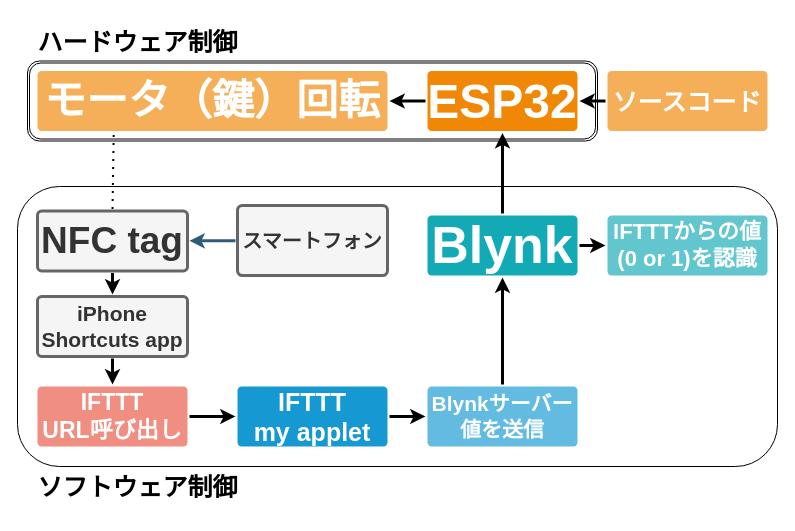
Before: Untitled Diagram.drawio in Koki-Kazaore/Take-It-Easy, a draw.io diagram. Source tidied: cells renumbered, new cells numbered last; positions are measured from the earlier drawing's top-left corner, leaving out a move shared by most shapes. Both pictures are drawn from the tidied source at 100%, with x=0, y=0 at pixel (17, 20).
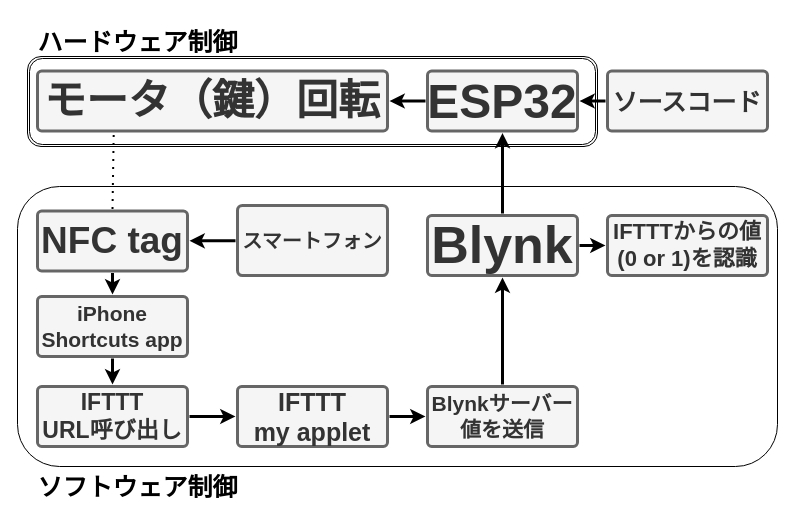
After the change.

Unchanged cells that the change refers to:
```xml
<mxCell id="5" value="&lt;font style=&quot;font-size: 20px;&quot;&gt;&lt;b&gt;スマートフォン&lt;/b&gt;&lt;/font&gt;" style="rounded=1;whiteSpace=wrap;html=1;shadow=0;labelBackgroundColor=none;strokeWidth=3;fontFamily=Helvetica;fontSize=16;align=center;fontStyle=1;spacing=5;arcSize=7;perimeterSpacing=2;fillColor=#f5f5f5;fontColor=#333333;strokeColor=#666666;" parent="1" vertex="1">
  <mxGeometry x="220" y="185" width="150" height="70" as="geometry" />
</mxCell>
<mxCell id="8" value="&lt;font style=&quot;font-size: 37px;&quot;&gt;NFC tag&lt;/font&gt;" style="rounded=1;whiteSpace=wrap;html=1;shadow=0;labelBackgroundColor=none;strokeWidth=3;fontFamily=Helvetica;fontSize=14;align=center;spacing=5;fontStyle=1;arcSize=7;perimeterSpacing=2;fillColor=#f5f5f5;fontColor=#333333;strokeColor=#666666;" parent="1" vertex="1">
  <mxGeometry x="20" y="190.5" width="150" height="60" as="geometry" />
</mxCell>
```

What changed in the source:
```diff
@@
     <mxCell id="2" style="shape=ext;double=1;rounded=1;whiteSpace=wrap;html=1;fontSize=17;" parent="1" vertex="1">
-      <mxGeometry x="10" y="40.5" width="570" height="80" as="geometry" />
+      <mxGeometry x="10" y="36" width="570" height="90" as="geometry" />
     </mxCell>
@@
-    <mxCell id="4" style="edgeStyle=none;rounded=0;jumpStyle=none;html=1;shadow=0;labelBackgroundColor=none;startArrow=none;startFill=0;endArrow=classic;endFill=1;jettySize=auto;strokeColor=#2F5B7C;strokeWidth=3;fontFamily=Helvetica;fontSize=16;fontColor=#23445D;spacing=5;" parent="1" edge="1" source="5" target="8">
+    <mxCell id="4" style="edgeStyle=none;rounded=0;jumpStyle=none;html=1;shadow=0;labelBackgroundColor=none;startArrow=none;startFill=0;endArrow=classic;endFill=1;jettySize=auto;strokeColor=#000000;strokeWidth=3;fontFamily=Helvetica;fontSize=16;fontColor=#23445D;spacing=5;" parent="1" edge="1" source="5" target="8">
       <mxGeometry relative="1" as="geometry" />
     </mxCell>
@@
-    <mxCell id="9" value="&lt;div style=&quot;font-size: 23px;&quot;&gt;&lt;font style=&quot;font-size: 23px;&quot;&gt;&lt;b&gt;IFTTT&lt;/b&gt;&lt;/font&gt;&lt;/div&gt;&lt;div style=&quot;font-size: 23px;&quot;&gt;&lt;font style=&quot;font-size: 23px;&quot;&gt;&lt;b&gt;URL呼び出し&lt;/b&gt;&lt;/font&gt;&lt;/div&gt;" style="rounded=1;whiteSpace=wrap;html=1;shadow=0;labelBackgroundColor=none;strokeColor=none;strokeWidth=3;fillColor=#f08e81;fontFamily=Helvetica;fontSize=14;fontColor=#FFFFFF;align=center;spacing=5;fontStyle=0;arcSize=7;perimeterSpacing=2;" parent="1" vertex="1">
+    <mxCell id="9" value="&lt;div style=&quot;font-size: 23px;&quot;&gt;&lt;font style=&quot;font-size: 23px;&quot;&gt;&lt;b&gt;IFTTT&lt;/b&gt;&lt;/font&gt;&lt;/div&gt;&lt;div style=&quot;font-size: 23px;&quot;&gt;&lt;font style=&quot;font-size: 23px;&quot;&gt;&lt;b&gt;URL呼び出し&lt;/b&gt;&lt;/font&gt;&lt;/div&gt;" style="rounded=1;whiteSpace=wrap;html=1;shadow=0;labelBackgroundColor=none;strokeColor=#666666;strokeWidth=3;fillColor=#f5f5f5;fontFamily=Helvetica;fontSize=14;fontColor=#333333;align=center;spacing=5;fontStyle=0;arcSize=7;perimeterSpacing=2;" parent="1" vertex="1">
       <mxGeometry x="20" y="366" width="150" height="60" as="geometry" />
     </mxCell>
@@
-    <mxCell id="13" value="&lt;font style=&quot;font-size: 25px;&quot;&gt;IFTTT&lt;br&gt;my applet&lt;/font&gt;" style="rounded=1;whiteSpace=wrap;html=1;shadow=0;labelBackgroundColor=none;strokeColor=none;strokeWidth=3;fillColor=#1699d3;fontFamily=Helvetica;fontSize=14;fontColor=#FFFFFF;align=center;spacing=5;fontStyle=1;arcSize=7;perimeterSpacing=2;" parent="1" vertex="1">
+    <mxCell id="13" value="&lt;font style=&quot;font-size: 25px;&quot;&gt;IFTTT&lt;br&gt;my applet&lt;/font&gt;" style="rounded=1;whiteSpace=wrap;html=1;shadow=0;labelBackgroundColor=none;strokeColor=#666666;strokeWidth=3;fillColor=#f5f5f5;fontFamily=Helvetica;fontSize=14;fontColor=#333333;align=center;spacing=5;fontStyle=1;arcSize=7;perimeterSpacing=2;" parent="1" vertex="1">
       <mxGeometry x="220" y="366" width="150" height="60" as="geometry" />
     </mxCell>
-    <mxCell id="14" value="&lt;b style=&quot;font-size: 21px;&quot;&gt;Blynkサーバー&lt;br&gt;値を送信&lt;/b&gt;" style="rounded=1;whiteSpace=wrap;html=1;shadow=0;labelBackgroundColor=none;strokeColor=none;strokeWidth=3;fillColor=#64bbe2;fontFamily=Helvetica;fontSize=14;fontColor=#FFFFFF;align=center;spacing=5;arcSize=7;perimeterSpacing=2;" parent="1" vertex="1">
+    <mxCell id="14" value="&lt;b style=&quot;font-size: 21px;&quot;&gt;Blynkサーバー&lt;br&gt;値を送信&lt;/b&gt;" style="rounded=1;whiteSpace=wrap;html=1;shadow=0;labelBackgroundColor=none;strokeColor=#666666;strokeWidth=3;fillColor=#f5f5f5;fontFamily=Helvetica;fontSize=14;fontColor=#333333;align=center;spacing=5;arcSize=7;perimeterSpacing=2;" parent="1" vertex="1">
       <mxGeometry x="410" y="366" width="150" height="60" as="geometry" />
     </mxCell>
-    <mxCell id="15" value="&lt;font style=&quot;font-size: 48px;&quot;&gt;&lt;b&gt;&lt;font style=&quot;font-size: 48px;&quot;&gt;ESP32&lt;/font&gt;&lt;/b&gt;&lt;/font&gt;" style="rounded=1;whiteSpace=wrap;html=1;shadow=0;labelBackgroundColor=none;strokeColor=none;strokeWidth=3;fillColor=#F08705;fontFamily=Helvetica;fontSize=14;fontColor=#FFFFFF;align=center;spacing=5;fontStyle=1;arcSize=7;perimeterSpacing=2;" parent="1" vertex="1">
+    <mxCell id="15" value="&lt;font style=&quot;font-size: 48px;&quot;&gt;&lt;b&gt;&lt;font style=&quot;font-size: 48px;&quot;&gt;ESP32&lt;/font&gt;&lt;/b&gt;&lt;/font&gt;" style="rounded=1;whiteSpace=wrap;html=1;shadow=0;labelBackgroundColor=none;strokeColor=#666666;strokeWidth=3;fillColor=#f5f5f5;fontFamily=Helvetica;fontSize=14;fontColor=#333333;align=center;spacing=5;fontStyle=1;arcSize=7;perimeterSpacing=2;" parent="1" vertex="1">
       <mxGeometry x="410" y="50.5" width="150" height="60" as="geometry" />
     </mxCell>
-    <mxCell id="16" value="&lt;font style=&quot;font-size: 25px;&quot;&gt;&lt;b&gt;&lt;font style=&quot;font-size: 25px;&quot;&gt;ソースコード&lt;/font&gt;&lt;/b&gt;&lt;/font&gt;" style="rounded=1;whiteSpace=wrap;html=1;shadow=0;labelBackgroundColor=none;strokeColor=none;strokeWidth=3;fillColor=#f5af58;fontFamily=Helvetica;fontSize=14;fontColor=#FFFFFF;align=center;spacing=5;arcSize=7;perimeterSpacing=2;" parent="1" vertex="1">
+    <mxCell id="16" value="&lt;font style=&quot;font-size: 25px;&quot;&gt;&lt;b&gt;&lt;font style=&quot;font-size: 25px;&quot;&gt;ソースコード&lt;/font&gt;&lt;/b&gt;&lt;/font&gt;" style="rounded=1;whiteSpace=wrap;html=1;shadow=0;labelBackgroundColor=none;strokeColor=#666666;strokeWidth=3;fillColor=#f5f5f5;fontFamily=Helvetica;fontSize=14;fontColor=#333333;align=center;spacing=5;arcSize=7;perimeterSpacing=2;" parent="1" vertex="1">
       <mxGeometry x="590" y="50.5" width="160" height="60" as="geometry" />
     </mxCell>
@@
-    <mxCell id="18" value="&lt;font style=&quot;font-size: 42px;&quot;&gt;&lt;b&gt;&lt;font style=&quot;font-size: 42px;&quot;&gt;モータ（鍵）回転&lt;/font&gt;&lt;/b&gt;&lt;/font&gt;" style="rounded=1;whiteSpace=wrap;html=1;shadow=0;labelBackgroundColor=none;strokeColor=none;strokeWidth=3;fillColor=#f5af58;fontFamily=Helvetica;fontSize=14;fontColor=#FFFFFF;align=center;spacing=5;arcSize=7;perimeterSpacing=2;" parent="1" vertex="1">
+    <mxCell id="18" value="&lt;font style=&quot;font-size: 42px;&quot;&gt;&lt;b&gt;&lt;font style=&quot;font-size: 42px;&quot;&gt;モータ（鍵）回転&lt;/font&gt;&lt;/b&gt;&lt;/font&gt;" style="rounded=1;whiteSpace=wrap;html=1;shadow=0;labelBackgroundColor=none;strokeColor=#666666;strokeWidth=3;fillColor=#f5f5f5;fontFamily=Helvetica;fontSize=14;fontColor=#333333;align=center;spacing=5;arcSize=7;perimeterSpacing=2;" parent="1" vertex="1">
       <mxGeometry x="20" y="50.5" width="350" height="60" as="geometry" />
     </mxCell>
@@
-    <mxCell id="20" value="&lt;font style=&quot;font-size: 52px;&quot;&gt;Blynk&lt;/font&gt;" style="rounded=1;whiteSpace=wrap;html=1;shadow=0;labelBackgroundColor=none;strokeColor=none;strokeWidth=3;fillColor=#12aab5;fontFamily=Helvetica;fontSize=14;fontColor=#FFFFFF;align=center;spacing=5;fontStyle=1;arcSize=7;perimeterSpacing=2;" parent="1" vertex="1">
+    <mxCell id="20" value="&lt;font style=&quot;font-size: 52px;&quot;&gt;Blynk&lt;/font&gt;" style="rounded=1;whiteSpace=wrap;html=1;shadow=0;labelBackgroundColor=none;strokeColor=#666666;strokeWidth=3;fillColor=#f5f5f5;fontFamily=Helvetica;fontSize=14;fontColor=#333333;align=center;spacing=5;fontStyle=1;arcSize=7;perimeterSpacing=2;" parent="1" vertex="1">
       <mxGeometry x="410" y="195" width="150" height="60" as="geometry" />
     </mxCell>
@@
-    <mxCell id="22" value="&lt;div style=&quot;font-size: 22px;&quot;&gt;&lt;font style=&quot;font-size: 22px;&quot;&gt;&lt;b&gt;IFTTTからの値&lt;/b&gt;&lt;/font&gt;&lt;/div&gt;&lt;div style=&quot;font-size: 22px;&quot;&gt;&lt;font style=&quot;font-size: 22px;&quot;&gt;&lt;b&gt;(0 or 1)を認識&lt;/b&gt;&lt;/font&gt;&lt;/div&gt;" style="rounded=1;whiteSpace=wrap;html=1;shadow=0;labelBackgroundColor=none;strokeColor=none;strokeWidth=3;fillColor=#61c6ce;fontFamily=Helvetica;fontSize=14;fontColor=#FFFFFF;align=center;spacing=5;fontStyle=0;arcSize=7;perimeterSpacing=2;" parent="1" vertex="1">
+    <mxCell id="22" value="&lt;div style=&quot;font-size: 22px;&quot;&gt;&lt;font style=&quot;font-size: 22px;&quot;&gt;&lt;b&gt;IFTTTからの値&lt;/b&gt;&lt;/font&gt;&lt;/div&gt;&lt;div style=&quot;font-size: 22px;&quot;&gt;&lt;font style=&quot;font-size: 22px;&quot;&gt;&lt;b&gt;(0 or 1)を認識&lt;/b&gt;&lt;/font&gt;&lt;/div&gt;" style="rounded=1;whiteSpace=wrap;html=1;shadow=0;labelBackgroundColor=none;strokeColor=#666666;strokeWidth=3;fillColor=#f5f5f5;fontFamily=Helvetica;fontSize=14;fontColor=#333333;align=center;spacing=5;fontStyle=0;arcSize=7;perimeterSpacing=2;" parent="1" vertex="1">
       <mxGeometry x="590" y="195" width="160" height="60" as="geometry" />
     </mxCell>
```
